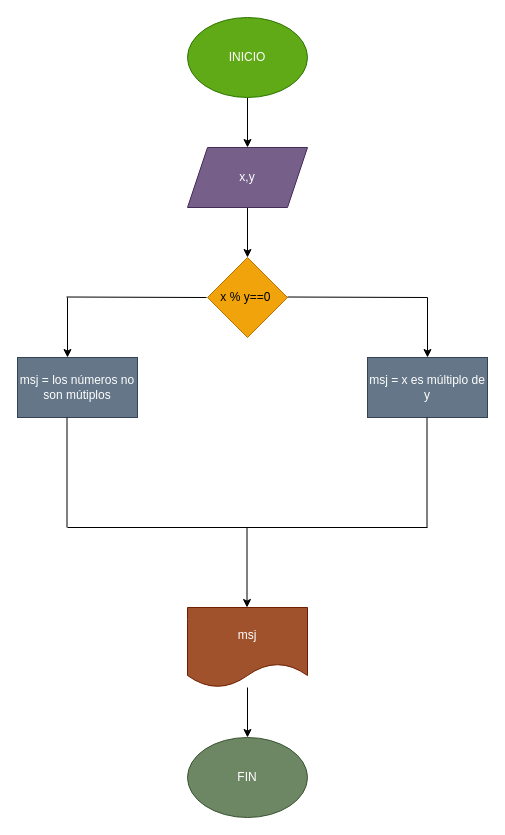
This is Ejercicio_8/diagrama.drawio from AndresFelipeJW/taller_condicionales, a draw.io file, before an edit. Source tidied: cells renumbered, new cells numbered last; positions are measured from the earlier drawing's top-left corner, leaving out a move shared by most shapes. Both pictures are drawn from the tidied source at 100%, with x=0, y=0 at pixel (17, 17).
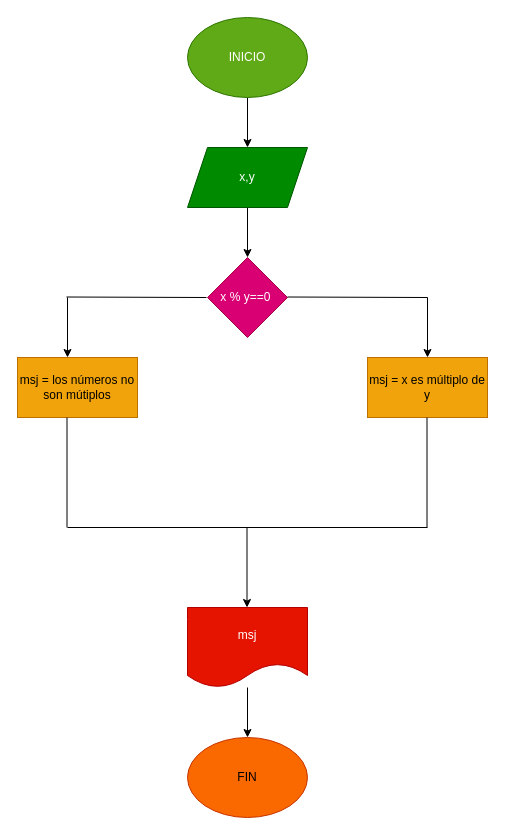
After the change.

What changed in the source:
```diff
@@
-    <mxCell id="5" value="x,y" style="shape=parallelogram;perimeter=parallelogramPerimeter;whiteSpace=wrap;html=1;fixedSize=1;fillColor=#76608a;fontColor=#ffffff;strokeColor=#432D57;" parent="1" vertex="1">
+    <mxCell id="5" value="x,y" style="shape=parallelogram;perimeter=parallelogramPerimeter;whiteSpace=wrap;html=1;fixedSize=1;fillColor=#008a00;fontColor=#ffffff;strokeColor=#005700;" parent="1" vertex="1">
       <mxGeometry x="170" y="130" width="120" height="60" as="geometry" />
     </mxCell>
-    <mxCell id="6" value="x % y==0&amp;nbsp;" style="rhombus;whiteSpace=wrap;html=1;fillColor=#f0a30a;fontColor=#000000;strokeColor=#BD7000;" parent="1" vertex="1">
+    <mxCell id="6" value="x % y==0&amp;nbsp;" style="rhombus;whiteSpace=wrap;html=1;fillColor=#d80073;fontColor=#ffffff;strokeColor=#A50040;" parent="1" vertex="1">
       <mxGeometry x="190" y="240" width="80" height="80" as="geometry" />
     </mxCell>
@@
-    <mxCell id="9" value="msj = x es múltiplo de y" style="rounded=0;whiteSpace=wrap;html=1;fillColor=#647687;fontColor=#ffffff;strokeColor=#314354;" parent="1" vertex="1">
+    <mxCell id="9" value="msj = x es múltiplo de y" style="rounded=0;whiteSpace=wrap;html=1;fillColor=#f0a30a;fontColor=#000000;strokeColor=#BD7000;" parent="1" vertex="1">
       <mxGeometry x="350" y="340" width="120" height="60" as="geometry" />
     </mxCell>
@@
-    <mxCell id="12" value="msj = los números no son mútiplos" style="rounded=0;whiteSpace=wrap;html=1;fillColor=#647687;fontColor=#ffffff;strokeColor=#314354;" parent="1" vertex="1">
+    <mxCell id="12" value="msj = los números no son mútiplos" style="rounded=0;whiteSpace=wrap;html=1;fillColor=#f0a30a;fontColor=#000000;strokeColor=#BD7000;" parent="1" vertex="1">
       <mxGeometry y="340" width="120" height="60" as="geometry" />
     </mxCell>
@@
-    <mxCell id="18" value="msj" style="shape=document;whiteSpace=wrap;html=1;boundedLbl=1;fillColor=#a0522d;fontColor=#ffffff;strokeColor=#6D1F00;" parent="1" vertex="1">
+    <mxCell id="18" value="msj" style="shape=document;whiteSpace=wrap;html=1;boundedLbl=1;fillColor=#e51400;fontColor=#ffffff;strokeColor=#B20000;" parent="1" vertex="1">
       <mxGeometry x="170" y="590" width="120" height="80" as="geometry" />
     </mxCell>
-    <mxCell id="19" value="FIN" style="ellipse;whiteSpace=wrap;html=1;fillColor=#6d8764;fontColor=#ffffff;strokeColor=#3A5431;" parent="1" vertex="1">
+    <mxCell id="19" value="FIN" style="ellipse;whiteSpace=wrap;html=1;fillColor=#fa6800;fontColor=#000000;strokeColor=#C73500;" parent="1" vertex="1">
       <mxGeometry x="170" y="720" width="120" height="80" as="geometry" />
     </mxCell>
```
